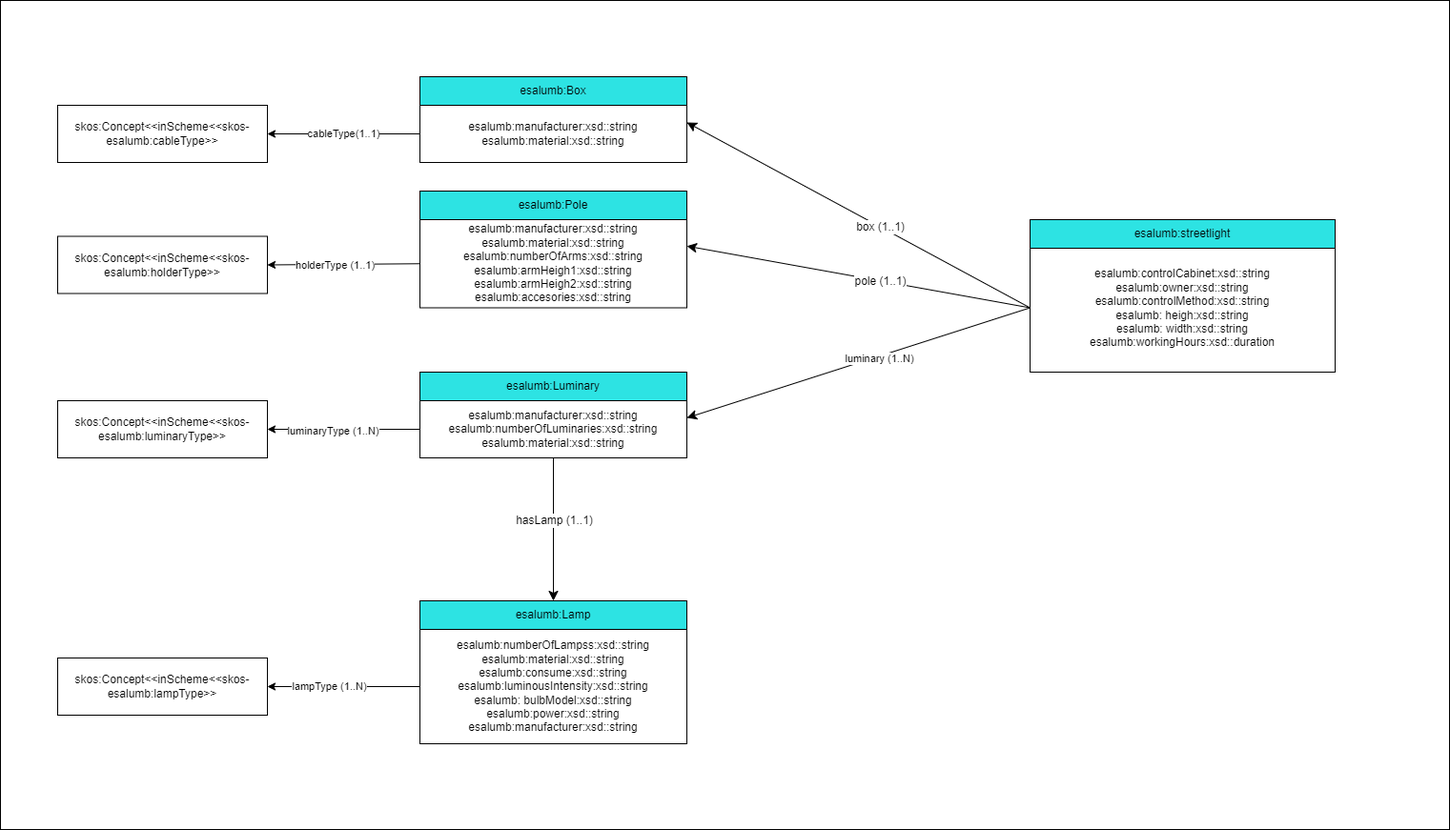
Before: resources/images/streetlight parts.png, a diagram exported from draw.io (MMB99/AlumbradoEn). Source tidied: cells renumbered, new cells last; positions are measured from the earlier drawing's top-left corner, leaving out a move shared by most shapes.
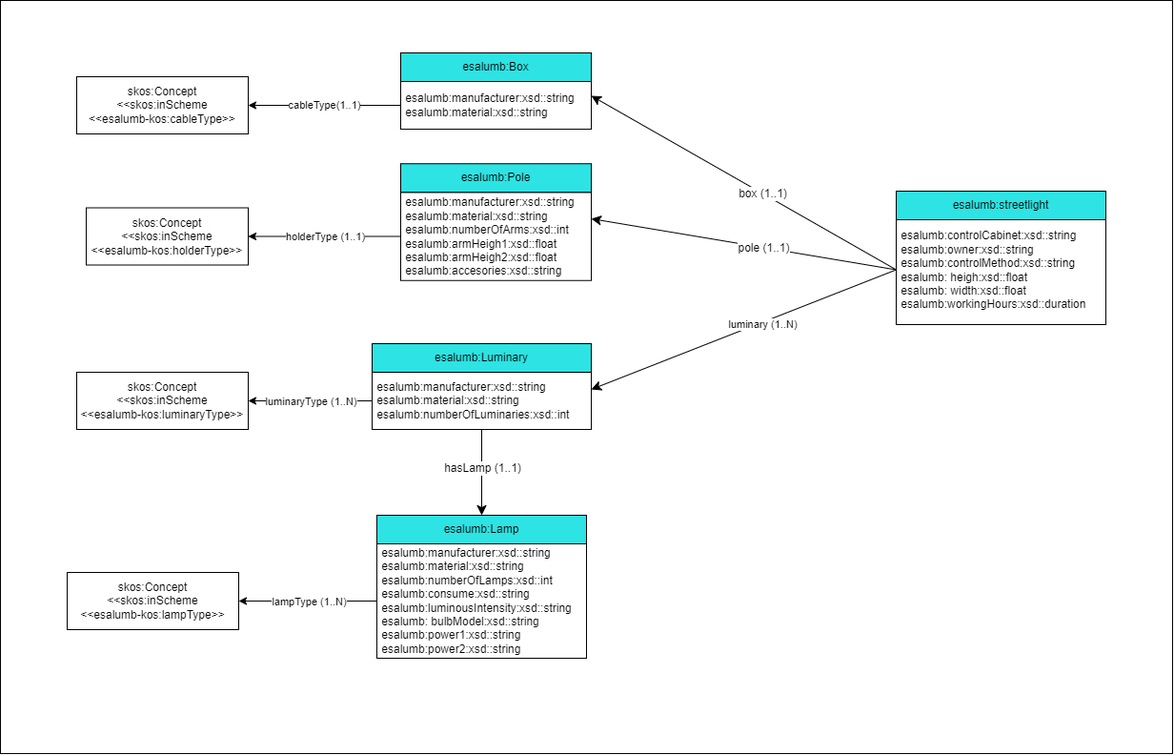
Later version of the same file.

What changed in the source:
```diff
@@ -2,107 +2,103 @@
   <root>
     <mxCell id="0" />
     <mxCell id="1" parent="0" />
-    <mxCell id="2" style="rounded=0;whiteSpace=wrap;html=1;" parent="1" vertex="1">
-      <mxGeometry width="1520" height="870" as="geometry" />
-    </mxCell>
-    <mxCell id="3" value="&lt;span&gt;esalumb:controlCabinet:xsd::string&lt;/span&gt;&lt;u&gt;&lt;br&gt;&lt;/u&gt;esalumb:owner:xsd::string&lt;br&gt;esalumb:controlMethod:xsd::string&lt;br&gt;esalumb: heigh:xsd::string&lt;br&gt;esalumb: width:xsd::string&lt;br&gt;esalumb:workingHours:xsd::duration&lt;span&gt;&lt;br&gt;&lt;/span&gt;" style="rounded=0;whiteSpace=wrap;html=1;snapToPoint=1;points=[[0.1,0],[0.2,0],[0.3,0],[0.4,0],[0.5,0],[0.6,0],[0.7,0],[0.8,0],[0.9,0],[0,0.1],[0,0.3],[0,0.5],[0,0.7],[0,0.9],[0.1,1],[0.2,1],[0.3,1],[0.4,1],[0.5,1],[0.6,1],[0.7,1],[0.8,1],[0.9,1],[1,0.1],[1,0.3],[1,0.5],[1,0.7],[1,0.9]];" parent="1" vertex="1">
-      <mxGeometry x="1080" y="255" width="320" height="135" as="geometry" />
-    </mxCell>
+    <mxCell id="34" style="rounded=0;whiteSpace=wrap;html=1;" parent="1" vertex="1">
+      <mxGeometry x="140" y="30" width="1230" height="790" as="geometry" />
+    </mxCell>
+    <mxCell id="35" value="&lt;div style=&quot;&quot;&gt;&lt;span style=&quot;background-color: initial;&quot;&gt;&amp;nbsp;esalumb:controlCabinet:xsd::string&lt;/span&gt;&lt;/div&gt;&lt;div style=&quot;&quot;&gt;&lt;span style=&quot;background-color: initial;&quot;&gt;&amp;nbsp;esalumb:owner:xsd::string&lt;/span&gt;&lt;/div&gt;&lt;div style=&quot;&quot;&gt;&lt;span style=&quot;background-color: initial;&quot;&gt;&amp;nbsp;esalumb:controlMethod:xsd::string&lt;/span&gt;&lt;/div&gt;&lt;div style=&quot;&quot;&gt;&lt;span style=&quot;background-color: initial;&quot;&gt;&amp;nbsp;esalumb: heigh:xsd::float&lt;/span&gt;&lt;/div&gt;&lt;div style=&quot;&quot;&gt;&lt;span style=&quot;background-color: initial;&quot;&gt;&amp;nbsp;esalumb: width:xsd::float&lt;/span&gt;&lt;/div&gt;&lt;div style=&quot;&quot;&gt;&lt;span style=&quot;background-color: initial;&quot;&gt;&amp;nbsp;esalumb:workingHours:xsd::duration&lt;/span&gt;&lt;/div&gt;" style="rounded=0;whiteSpace=wrap;html=1;snapToPoint=1;points=[[0.1,0],[0.2,0],[0.3,0],[0.4,0],[0.5,0],[0.6,0],[0.7,0],[0.8,0],[0.9,0],[0,0.1],[0,0.3],[0,0.5],[0,0.7],[0,0.9],[0.1,1],[0.2,1],[0.3,1],[0.4,1],[0.5,1],[0.6,1],[0.7,1],[0.8,1],[0.9,1],[1,0.1],[1,0.3],[1,0.5],[1,0.7],[1,0.9]];align=left;" parent="1" vertex="1">
+      <mxGeometry x="1080" y="255" width="220" height="115" as="geometry" />
+    </mxCell>
     <mxCell id="4" value="esalumb:streetlight" style="rounded=0;whiteSpace=wrap;html=1;fillColor=#2DE3E3;" parent="1" vertex="1">
-      <mxGeometry x="1080" y="230" width="320" height="30" as="geometry" />
+      <mxGeometry x="1080" y="230" width="220" height="30" as="geometry" />
     </mxCell>
-    <mxCell id="5" style="edgeStyle=orthogonalEdgeStyle;rounded=0;orthogonalLoop=1;jettySize=auto;html=1;exitX=0.5;exitY=1;exitDx=0;exitDy=0;" parent="1" edge="1" source="3" target="3">
-      <mxGeometry relative="1" as="geometry" />
-    </mxCell>
+    <mxCell id="36" style="edgeStyle=orthogonalEdgeStyle;rounded=0;orthogonalLoop=1;jettySize=auto;html=1;exitX=0.5;exitY=1;exitDx=0;exitDy=0;" parent="1" edge="1" source="35" target="35">
+      <mxGeometry relative="1" as="geometry" />
+    </mxCell>
-    <mxCell id="6" value="esalumb:manufacturer:xsd::string&lt;br&gt;esalumb:material:xsd::string" style="rounded=0;whiteSpace=wrap;html=1;snapToPoint=1;points=[[0.1,0],[0.2,0],[0.3,0],[0.4,0],[0.5,0],[0.6,0],[0.7,0],[0.8,0],[0.9,0],[0,0.1],[0,0.3],[0,0.5],[0,0.7],[0,0.9],[0.1,1],[0.2,1],[0.3,1],[0.4,1],[0.5,1],[0.6,1],[0.7,1],[0.8,1],[0.9,1],[1,0.1],[1,0.3],[1,0.5],[1,0.7],[1,0.9]];fillColor=#FFFFFF;" parent="1" vertex="1">
-      <mxGeometry x="440" y="110" width="280" height="60" as="geometry" />
+    <mxCell id="6" value="&amp;nbsp;esalumb:manufacturer:xsd::string&lt;br&gt;&amp;nbsp;esalumb:material:xsd::string" style="rounded=0;whiteSpace=wrap;html=1;snapToPoint=1;points=[[0.1,0],[0.2,0],[0.3,0],[0.4,0],[0.5,0],[0.6,0],[0.7,0],[0.8,0],[0.9,0],[0,0.1],[0,0.3],[0,0.5],[0,0.7],[0,0.9],[0.1,1],[0.2,1],[0.3,1],[0.4,1],[0.5,1],[0.6,1],[0.7,1],[0.8,1],[0.9,1],[1,0.1],[1,0.3],[1,0.5],[1,0.7],[1,0.9]];fillColor=#FFFFFF;align=left;" parent="1" vertex="1">
+      <mxGeometry x="560" y="115" width="200" height="50" as="geometry" />
     </mxCell>
     <mxCell id="7" value="esalumb:Box" style="rounded=0;whiteSpace=wrap;html=1;fillColor=#2DE3E3;" parent="1" vertex="1">
-      <mxGeometry x="440" y="80" width="280" height="30" as="geometry" />
+      <mxGeometry x="560" y="85" width="200" height="30" as="geometry" />
     </mxCell>
-    <mxCell id="8" value="esalumb:manufacturer:xsd::string&lt;br&gt;esalumb:material:xsd::string&lt;br&gt;esalumb:numberOfArms:xsd::string&lt;br&gt;esalumb:armHeigh1:xsd::string&lt;br&gt;esalumb:armHeigh2:xsd::string&lt;br&gt;esalumb:accesories:xsd::string&lt;span&gt;&lt;br&gt;&lt;/span&gt;" style="rounded=0;whiteSpace=wrap;html=1;snapToPoint=1;points=[[0.1,0],[0.2,0],[0.3,0],[0.4,0],[0.5,0],[0.6,0],[0.7,0],[0.8,0],[0.9,0],[0,0.1],[0,0.3],[0,0.5],[0,0.7],[0,0.9],[0.1,1],[0.2,1],[0.3,1],[0.4,1],[0.5,1],[0.6,1],[0.7,1],[0.8,1],[0.9,1],[1,0.1],[1,0.3],[1,0.5],[1,0.7],[1,0.9]];fillColor=#FFFFFF;" parent="1" vertex="1">
-      <mxGeometry x="440" y="230" width="280" height="92.5" as="geometry" />
-    </mxCell>
+    <mxCell id="37" value="&lt;div style=&quot;&quot;&gt;&lt;span style=&quot;background-color: initial;&quot;&gt;&amp;nbsp;esalumb:manufacturer:xsd::string&lt;/span&gt;&lt;/div&gt;&lt;div style=&quot;&quot;&gt;&lt;span style=&quot;background-color: initial;&quot;&gt;&amp;nbsp;esalumb:material:xsd::string&lt;/span&gt;&lt;/div&gt;&lt;div style=&quot;&quot;&gt;&lt;span style=&quot;background-color: initial;&quot;&gt;&amp;nbsp;esalumb:numberOfArms:xsd::int&lt;/span&gt;&lt;/div&gt;&lt;div style=&quot;&quot;&gt;&lt;span style=&quot;background-color: initial;&quot;&gt;&amp;nbsp;esalumb:armHeigh1:xsd::float&lt;/span&gt;&lt;/div&gt;&lt;div style=&quot;&quot;&gt;&lt;span style=&quot;background-color: initial;&quot;&gt;&amp;nbsp;esalumb:armHeigh2:xsd::float&lt;/span&gt;&lt;/div&gt;&lt;div style=&quot;&quot;&gt;&lt;span style=&quot;background-color: initial;&quot;&gt;&amp;nbsp;esalumb:accesories:xsd::string&lt;/span&gt;&lt;/div&gt;" style="rounded=0;whiteSpace=wrap;html=1;snapToPoint=1;points=[[0.1,0],[0.2,0],[0.3,0],[0.4,0],[0.5,0],[0.6,0],[0.7,0],[0.8,0],[0.9,0],[0,0.1],[0,0.3],[0,0.5],[0,0.7],[0,0.9],[0.1,1],[0.2,1],[0.3,1],[0.4,1],[0.5,1],[0.6,1],[0.7,1],[0.8,1],[0.9,1],[1,0.1],[1,0.3],[1,0.5],[1,0.7],[1,0.9]];fillColor=#FFFFFF;align=left;" parent="1" vertex="1">
+      <mxGeometry x="560" y="231.2" width="200" height="92.5" as="geometry" />
+    </mxCell>
     <mxCell id="9" value="esalumb&lt;span&gt;:Pole&lt;/span&gt;" style="rounded=0;whiteSpace=wrap;html=1;fillColor=#2DE3E3;" parent="1" vertex="1">
-      <mxGeometry x="440" y="200" width="280" height="30" as="geometry" />
+      <mxGeometry x="560" y="201.2" width="200" height="30" as="geometry" />
     </mxCell>
-    <mxCell id="10" value="esalumb:manufacturer:xsd::string&lt;br&gt;esalumb:numberOfLuminaries:xsd::string&lt;br&gt;esalumb:material:xsd::string&lt;span&gt;&lt;br&gt;&lt;/span&gt;" style="rounded=0;whiteSpace=wrap;html=1;snapToPoint=1;points=[[0.1,0],[0.2,0],[0.3,0],[0.4,0],[0.5,0],[0.6,0],[0.7,0],[0.8,0],[0.9,0],[0,0.1],[0,0.3],[0,0.5],[0,0.7],[0,0.9],[0.1,1],[0.2,1],[0.3,1],[0.4,1],[0.5,1],[0.6,1],[0.7,1],[0.8,1],[0.9,1],[1,0.1],[1,0.3],[1,0.5],[1,0.7],[1,0.9]];fillColor=#FFFFFF;" parent="1" vertex="1">
-      <mxGeometry x="440" y="420" width="280" height="60" as="geometry" />
-    </mxCell>
+    <mxCell id="38" value="&lt;div style=&quot;&quot;&gt;&lt;span style=&quot;background-color: initial;&quot;&gt;&amp;nbsp;esalumb:manufacturer:xsd::string&lt;/span&gt;&lt;/div&gt;&lt;div style=&quot;&quot;&gt;&amp;nbsp;esalumb:material:xsd::string&lt;span style=&quot;background-color: initial;&quot;&gt;&lt;br&gt;&lt;/span&gt;&lt;/div&gt;&lt;div style=&quot;&quot;&gt;&lt;span style=&quot;background-color: initial;&quot;&gt;&amp;nbsp;esalumb:numberOfLuminaries:xsd::int&lt;/span&gt;&lt;/div&gt;" style="rounded=0;whiteSpace=wrap;html=1;snapToPoint=1;points=[[0.1,0],[0.2,0],[0.3,0],[0.4,0],[0.5,0],[0.6,0],[0.7,0],[0.8,0],[0.9,0],[0,0.1],[0,0.3],[0,0.5],[0,0.7],[0,0.9],[0.1,1],[0.2,1],[0.3,1],[0.4,1],[0.5,1],[0.6,1],[0.7,1],[0.8,1],[0.9,1],[1,0.1],[1,0.3],[1,0.5],[1,0.7],[1,0.9]];fillColor=#FFFFFF;align=left;" parent="1" vertex="1">
+      <mxGeometry x="530" y="420" width="230" height="60" as="geometry" />
+    </mxCell>
     <mxCell id="11" value="esalumb&lt;span&gt;:Luminary&lt;/span&gt;" style="rounded=0;whiteSpace=wrap;html=1;fillColor=#2DE3E3;" parent="1" vertex="1">
-      <mxGeometry x="440" y="390" width="280" height="30" as="geometry" />
+      <mxGeometry x="530" y="390" width="230" height="30" as="geometry" />
     </mxCell>
-    <mxCell id="12" value="esalumb:numberOfLampss:xsd::string&lt;br&gt;esalumb:material:xsd::string&lt;br&gt;esalumb:consume:xsd::string&lt;br&gt;esalumb:luminousIntensity:xsd::string&lt;br&gt;esalumb: bulbModel:xsd::string&lt;br&gt;esalumb:power:xsd::string&lt;br&gt;esalumb:manufacturer:xsd::string" style="rounded=0;whiteSpace=wrap;html=1;snapToPoint=1;points=[[0.1,0],[0.2,0],[0.3,0],[0.4,0],[0.5,0],[0.6,0],[0.7,0],[0.8,0],[0.9,0],[0,0.1],[0,0.3],[0,0.5],[0,0.7],[0,0.9],[0.1,1],[0.2,1],[0.3,1],[0.4,1],[0.5,1],[0.6,1],[0.7,1],[0.8,1],[0.9,1],[1,0.1],[1,0.3],[1,0.5],[1,0.7],[1,0.9]];fillColor=#FFFFFF;" parent="1" vertex="1">
-      <mxGeometry x="440" y="660" width="280" height="120" as="geometry" />
-    </mxCell>
+    <mxCell id="39" value="&amp;nbsp;esalumb:manufacturer:xsd::string&lt;br&gt;&amp;nbsp;esalumb:material:xsd::string&lt;br&gt;&amp;nbsp;esalumb:numberOfLamps:xsd::int&lt;br&gt;&amp;nbsp;esalumb:consume:xsd::string&lt;br&gt;&amp;nbsp;esalumb:luminousIntensity:xsd::string&lt;br&gt;&amp;nbsp;esalumb: bulbModel:xsd::string&lt;br&gt;&amp;nbsp;esalumb:power1:xsd::string&lt;br&gt;&amp;nbsp;esalumb:power2:xsd::string" style="rounded=0;whiteSpace=wrap;html=1;snapToPoint=1;points=[[0.1,0],[0.2,0],[0.3,0],[0.4,0],[0.5,0],[0.6,0],[0.7,0],[0.8,0],[0.9,0],[0,0.1],[0,0.3],[0,0.5],[0,0.7],[0,0.9],[0.1,1],[0.2,1],[0.3,1],[0.4,1],[0.5,1],[0.6,1],[0.7,1],[0.8,1],[0.9,1],[1,0.1],[1,0.3],[1,0.5],[1,0.7],[1,0.9]];fillColor=#FFFFFF;align=left;" parent="1" vertex="1">
+      <mxGeometry x="535" y="600" width="220" height="120" as="geometry" />
+    </mxCell>
     <mxCell id="13" value="esalumb&lt;span&gt;:Lamp&lt;/span&gt;" style="rounded=0;whiteSpace=wrap;html=1;snapToPoint=1;points=[[0.1,0],[0.2,0],[0.3,0],[0.4,0],[0.5,0],[0.6,0],[0.7,0],[0.8,0],[0.9,0],[0,0.1],[0,0.3],[0,0.5],[0,0.7],[0,0.9],[0.1,1],[0.2,1],[0.3,1],[0.4,1],[0.5,1],[0.6,1],[0.7,1],[0.8,1],[0.9,1],[1,0.1],[1,0.3],[1,0.5],[1,0.7],[1,0.9]];fillColor=#2DE3E3;" parent="1" vertex="1">
-      <mxGeometry x="440" y="630" width="280" height="30" as="geometry" />
+      <mxGeometry x="535" y="570" width="220" height="30" as="geometry" />
     </mxCell>
-    <mxCell id="14" style="endArrow=classic;html=1;exitX=0;exitY=0.5;exitDx=0;exitDy=0;entryX=1;entryY=0.3;entryDx=0;entryDy=0;endSize=8;arcSize=0;rounded=0;" parent="1" edge="1" source="3" target="6">
-      <mxGeometry relative="1" as="geometry" />
-    </mxCell>
+    <mxCell id="40" style="endArrow=classic;html=1;exitX=0;exitY=0.5;exitDx=0;exitDy=0;entryX=1;entryY=0.3;entryDx=0;entryDy=0;endSize=8;arcSize=0;rounded=0;" parent="1" edge="1" source="35" target="6">
+      <mxGeometry relative="1" as="geometry" />
+    </mxCell>
-    <mxCell id="15" value="box (1..1)" style="text;html=1;align=center;verticalAlign=middle;labelBackgroundColor=#ffffff;" parent="14" vertex="1">
+    <mxCell id="15" value="box (1..1)" style="text;html=1;align=center;verticalAlign=middle;labelBackgroundColor=#ffffff;" parent="40" vertex="1">
       <mxGeometry x="-0.13" relative="1" as="geometry" />
     </mxCell>
-    <mxCell id="16" style="endArrow=classic;html=1;exitX=0;exitY=0.5;exitDx=0;exitDy=0;entryX=1;entryY=0.3;entryDx=0;entryDy=0;endSize=8;arcSize=0;rounded=0;" parent="1" edge="1" source="3" target="8">
-      <mxGeometry relative="1" as="geometry" />
-    </mxCell>
+    <mxCell id="41" style="endArrow=classic;html=1;exitX=0;exitY=0.5;exitDx=0;exitDy=0;entryX=1;entryY=0.3;entryDx=0;entryDy=0;endSize=8;arcSize=0;rounded=0;" parent="1" edge="1" source="35" target="37">
+      <mxGeometry relative="1" as="geometry" />
+    </mxCell>
-    <mxCell id="17" value="pole (1..1)" style="text;html=1;align=center;verticalAlign=middle;labelBackgroundColor=#ffffff;" parent="16" vertex="1">
+    <mxCell id="17" value="pole (1..1)" style="text;html=1;align=center;verticalAlign=middle;labelBackgroundColor=#ffffff;" parent="41" vertex="1">
       <mxGeometry x="-0.13" relative="1" as="geometry" />
     </mxCell>
-    <mxCell id="18" style="endArrow=classic;html=1;exitX=0;exitY=0.5;exitDx=0;exitDy=0;entryX=1;entryY=0.3;entryDx=0;entryDy=0;endSize=8;arcSize=0;rounded=0;" parent="1" edge="1" source="3" target="10">
-      <mxGeometry relative="1" as="geometry" />
-    </mxCell>
+    <mxCell id="42" style="endArrow=classic;html=1;exitX=0;exitY=0.5;exitDx=0;exitDy=0;entryX=1;entryY=0.3;entryDx=0;entryDy=0;endSize=8;arcSize=0;rounded=0;" parent="1" edge="1" source="35" target="38">
+      <mxGeometry relative="1" as="geometry" />
+    </mxCell>
-    <mxCell id="19" value="luminary (1..N)" style="edgeLabel;html=1;align=center;verticalAlign=middle;" parent="18" vertex="1">
+    <mxCell id="19" value="luminary (1..N)" style="edgeLabel;html=1;align=center;verticalAlign=middle;" parent="42" vertex="1">
       <mxGeometry x="-0.12" y="2" relative="1" as="geometry" />
     </mxCell>
-    <mxCell id="20" style="endArrow=classic;html=1;exitX=0.5;exitY=1;exitDx=0;exitDy=0;entryX=0.5;entryY=0;entryDx=0;entryDy=0;endSize=8;arcSize=0;rounded=0;" parent="1" edge="1" source="10" target="13">
-      <mxGeometry relative="1" as="geometry" />
-    </mxCell>
+    <mxCell id="43" style="endArrow=classic;html=1;exitX=0.5;exitY=1;exitDx=0;exitDy=0;entryX=0.5;entryY=0;entryDx=0;entryDy=0;endSize=8;arcSize=0;rounded=0;" parent="1" edge="1" source="38" target="13">
+      <mxGeometry relative="1" as="geometry" />
+    </mxCell>
-    <mxCell id="21" value="hasLamp (1..1)" style="text;html=1;align=center;verticalAlign=middle;labelBackgroundColor=#ffffff;" parent="20" vertex="1">
+    <mxCell id="21" value="hasLamp (1..1)" style="text;html=1;align=center;verticalAlign=middle;labelBackgroundColor=#ffffff;" parent="43" vertex="1">
       <mxGeometry x="-0.13" relative="1" as="geometry" />
     </mxCell>
-    <mxCell id="22" value="skos:Concept&amp;lt;&amp;lt;inScheme&amp;lt;&amp;lt;skos-esalumb:holderType&amp;gt;&amp;gt;" style="rounded=0;whiteSpace=wrap;html=1;" parent="1" vertex="1">
-      <mxGeometry x="60" y="247.5" width="220" height="60" as="geometry" />
-    </mxCell>
-    <mxCell id="23" value="skos:Concept&amp;lt;&amp;lt;inScheme&amp;lt;&amp;lt;skos-esalumb:luminaryType&amp;gt;&amp;gt;" style="rounded=0;whiteSpace=wrap;html=1;" parent="1" vertex="1">
-      <mxGeometry x="60" y="420" width="220" height="60" as="geometry" />
-    </mxCell>
-    <mxCell id="24" value="skos:Concept&amp;lt;&amp;lt;inScheme&amp;lt;&amp;lt;skos-esalumb:lampType&amp;gt;&amp;gt;" style="rounded=0;whiteSpace=wrap;html=1;" parent="1" vertex="1">
-      <mxGeometry x="60" y="690" width="220" height="60" as="geometry" />
-    </mxCell>
-    <mxCell id="25" style="edgeStyle=orthogonalEdgeStyle;rounded=0;orthogonalLoop=1;jettySize=auto;html=1;exitX=0.5;exitY=1;exitDx=0;exitDy=0;" parent="1" edge="1">
-      <mxGeometry relative="1" as="geometry">
-        <mxPoint x="1475" y="550" as="sourcePoint" />
-        <mxPoint x="1475" y="550" as="targetPoint" />
-      </mxGeometry>
-    </mxCell>
-    <mxCell id="26" style="endArrow=classic;html=1;rounded=0;exitX=0;exitY=0.5;exitDx=0;exitDy=0;entryX=1;entryY=0.5;entryDx=0;entryDy=0;" parent="1" edge="1" source="8" target="22">
-      <mxGeometry relative="1" as="geometry" />
-    </mxCell>
+    <mxCell id="44" value="skos:Concept&lt;br&gt;&amp;lt;&amp;lt;skos:inScheme&lt;br&gt;&amp;lt;&amp;lt;esalumb-kos:holderType&amp;gt;&amp;gt;" style="rounded=0;whiteSpace=wrap;html=1;" parent="1" vertex="1">
+      <mxGeometry x="230" y="247.5" width="170" height="60" as="geometry" />
+    </mxCell>
+    <mxCell id="45" value="skos:Concept&lt;br&gt;&amp;lt;&amp;lt;skos:inScheme&lt;br&gt;&amp;lt;&amp;lt;esalumb-kos:luminaryType&amp;gt;&amp;gt;" style="rounded=0;whiteSpace=wrap;html=1;" parent="1" vertex="1">
+      <mxGeometry x="220" y="420" width="180" height="60" as="geometry" />
+    </mxCell>
+    <mxCell id="46" value="skos:Concept&lt;br&gt;&amp;lt;&amp;lt;skos:inScheme&lt;br&gt;&amp;lt;&amp;lt;esalumb-kos:lampType&amp;gt;&amp;gt;" style="rounded=0;whiteSpace=wrap;html=1;" parent="1" vertex="1">
+      <mxGeometry x="210" y="630" width="180" height="60" as="geometry" />
+    </mxCell>
+    <mxCell id="47" style="endArrow=classic;html=1;rounded=0;exitX=0;exitY=0.5;exitDx=0;exitDy=0;entryX=1;entryY=0.5;entryDx=0;entryDy=0;" parent="1" edge="1" source="37" target="44">
+      <mxGeometry relative="1" as="geometry" />
+    </mxCell>
-    <mxCell id="27" value="holderType (1..1)" style="edgeLabel;html=1;align=center;verticalAlign=middle;" parent="26" vertex="1">
+    <mxCell id="27" value="holderType (1..1)" style="edgeLabel;html=1;align=center;verticalAlign=middle;" parent="47" vertex="1">
       <mxGeometry x="0.33" relative="1" as="geometry">
-        <mxPoint x="17" as="offset" />
+        <mxPoint x="27" as="offset" />
       </mxGeometry>
     </mxCell>
-    <mxCell id="28" style="endArrow=classic;html=1;rounded=0;exitX=0;exitY=0.5;exitDx=0;exitDy=0;entryX=1;entryY=0.5;entryDx=0;entryDy=0;" parent="1" edge="1" source="10" target="23">
-      <mxGeometry relative="1" as="geometry" />
-    </mxCell>
+    <mxCell id="48" style="endArrow=classic;html=1;rounded=0;exitX=0;exitY=0.5;exitDx=0;exitDy=0;entryX=1;entryY=0.5;entryDx=0;entryDy=0;" parent="1" edge="1" source="38" target="45">
+      <mxGeometry relative="1" as="geometry" />
+    </mxCell>
-    <mxCell id="29" value="luminaryType (1..N)" style="edgeLabel;html=1;align=center;verticalAlign=middle;" parent="28" vertex="1">
-      <mxGeometry x="0.14" y="1" relative="1" as="geometry" />
+    <mxCell id="29" value="luminaryType (1..N)" style="edgeLabel;html=1;align=center;verticalAlign=middle;" parent="48" vertex="1">
+      <mxGeometry x="0.14" y="1" relative="1" as="geometry">
+        <mxPoint x="10" y="-1" as="offset" />
+      </mxGeometry>
     </mxCell>
-    <mxCell id="30" style="endArrow=classic;html=1;rounded=0;exitX=0;exitY=0.5;exitDx=0;exitDy=0;entryX=1;entryY=0.5;entryDx=0;entryDy=0;" parent="1" edge="1" source="12" target="24">
-      <mxGeometry relative="1" as="geometry" />
-    </mxCell>
+    <mxCell id="49" style="endArrow=classic;html=1;rounded=0;exitX=0;exitY=0.5;exitDx=0;exitDy=0;entryX=1;entryY=0.5;entryDx=0;entryDy=0;" parent="1" edge="1" source="39" target="46">
+      <mxGeometry relative="1" as="geometry" />
+    </mxCell>
-    <mxCell id="31" value="lampType (1..N)" style="edgeLabel;html=1;align=center;verticalAlign=middle;" parent="30" vertex="1">
+    <mxCell id="31" value="lampType (1..N)" style="edgeLabel;html=1;align=center;verticalAlign=middle;" parent="49" vertex="1">
       <mxGeometry x="0.21" y="-1" relative="1" as="geometry">
-        <mxPoint x="1" as="offset" />
+        <mxPoint x="15" y="1" as="offset" />
       </mxGeometry>
     </mxCell>
-    <mxCell id="32" value="skos:Concept&amp;lt;&amp;lt;inScheme&amp;lt;&amp;lt;skos-esalumb:cableType&amp;gt;&amp;gt;" style="rounded=0;whiteSpace=wrap;html=1;" parent="1" vertex="1">
-      <mxGeometry x="60" y="110" width="220" height="60" as="geometry" />
-    </mxCell>
+    <mxCell id="50" value="skos:Concept&lt;br&gt;&amp;lt;&amp;lt;skos:inScheme&lt;br&gt;&amp;lt;&amp;lt;esalumb-kos:cableType&amp;gt;&amp;gt;" style="rounded=0;whiteSpace=wrap;html=1;" parent="1" vertex="1">
+      <mxGeometry x="220" y="110" width="180" height="60" as="geometry" />
+    </mxCell>
-    <mxCell id="33" value="cableType(1..1)" style="endArrow=classic;html=1;rounded=0;exitX=0;exitY=0.5;exitDx=0;exitDy=0;entryX=1;entryY=0.5;entryDx=0;entryDy=0;" parent="1" edge="1" source="6" target="32">
+    <mxCell id="33" value="cableType(1..1)" style="endArrow=classic;html=1;rounded=0;exitX=0;exitY=0.5;exitDx=0;exitDy=0;entryX=1;entryY=0.5;entryDx=0;entryDy=0;" parent="1" edge="1" source="6" target="50">
       <mxGeometry relative="1" as="geometry" />
     </mxCell>
   </root>
```
